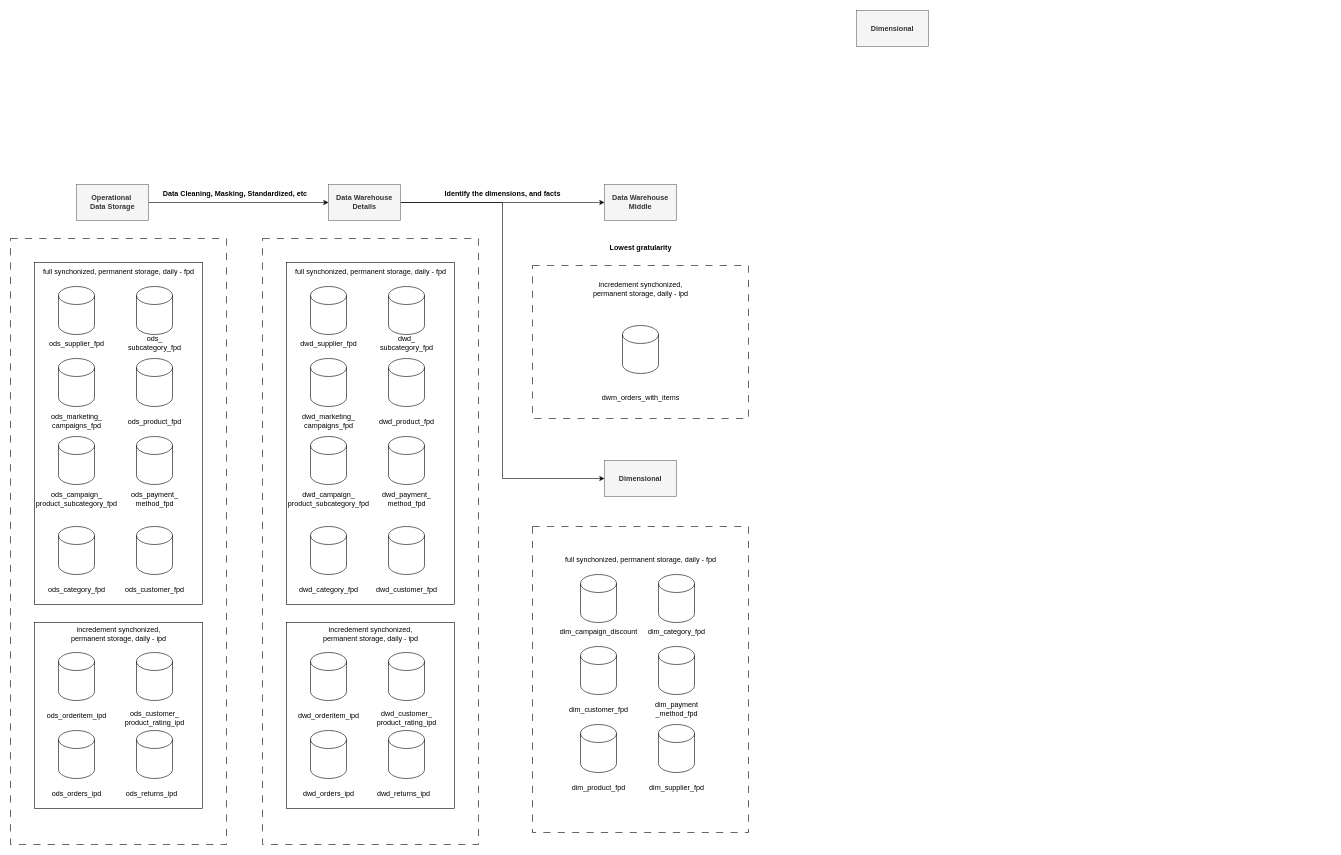
Earlier version of the draw.io diagram ECom-DWH-Pipeline.drawio (Smars-Bin-Hu/my-draw-io). Source tidied: cells renumbered, new cells numbered last; positions are measured from the earlier drawing's top-left corner, leaving out a move shared by most shapes. Both pictures are drawn from the tidied source at 60%, with x=0, y=0 at pixel (10, 10).
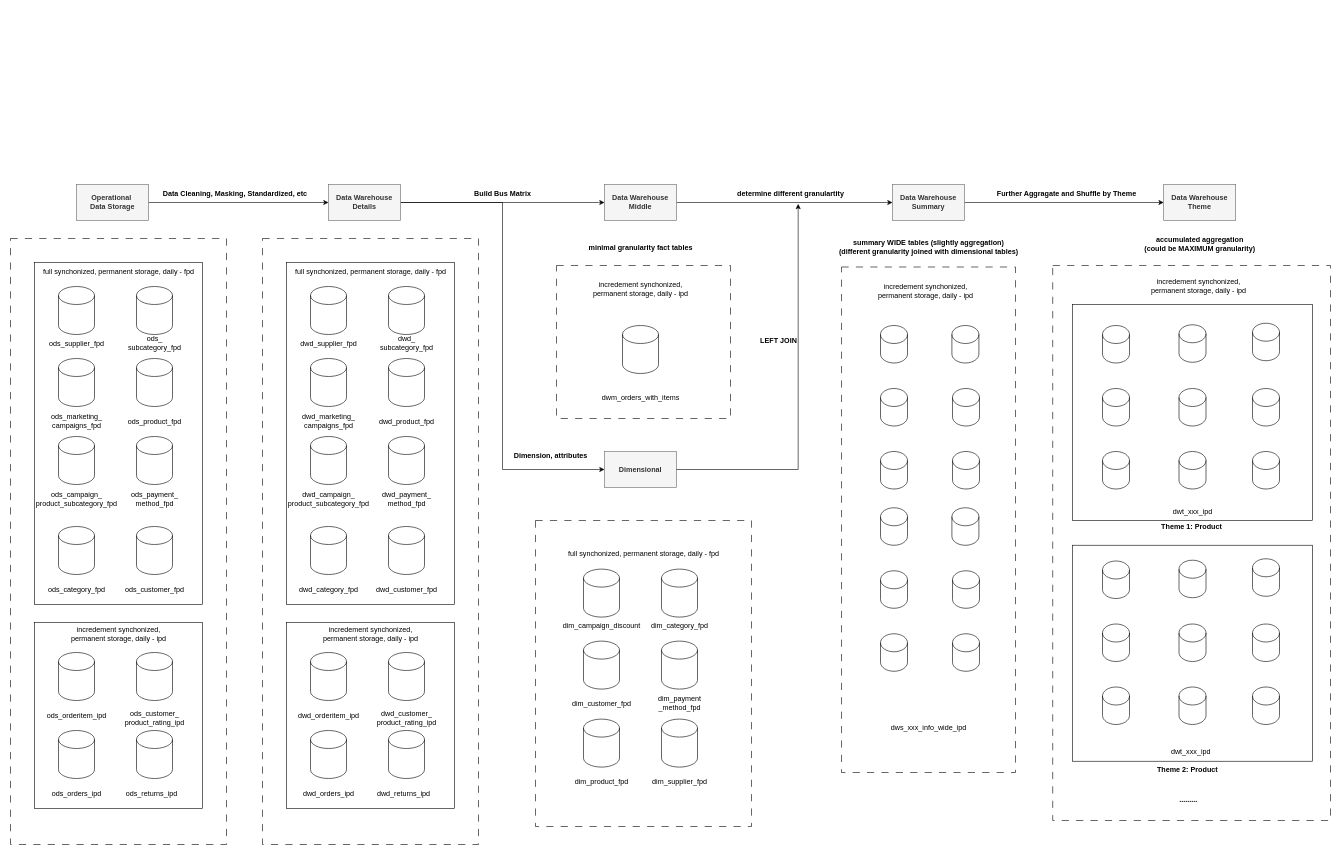
After the change.

The change refers to these unchanged cells:
```xml
<mxCell id="85" value="&lt;b&gt;Data Warehouse&lt;/b&gt;&lt;div&gt;&lt;b&gt;Middle&lt;/b&gt;&lt;/div&gt;" style="rounded=0;whiteSpace=wrap;html=1;fillColor=#f5f5f5;fontColor=#333333;strokeColor=#666666;" parent="1" vertex="1">
  <mxGeometry x="990" y="290" width="120" height="60" as="geometry" />
</mxCell>
```

The edit, as a diff of the source:
```diff
@@
+    <mxCell id="89" style="rounded=0;whiteSpace=wrap;html=1;fillColor=none;" parent="1" vertex="1">
+      <mxGeometry x="1770" y="891.2" width="400" height="360" as="geometry" />
+    </mxCell>
+    <mxCell id="90" style="rounded=0;whiteSpace=wrap;html=1;dashed=1;dashPattern=12 12;fillColor=none;" parent="1" vertex="1">
+      <mxGeometry x="1737" y="425" width="463" height="925" as="geometry" />
+    </mxCell>
+    <mxCell id="91" style="rounded=0;whiteSpace=wrap;html=1;fillColor=none;" parent="1" vertex="1">
+      <mxGeometry x="1770" y="490" width="400" height="360" as="geometry" />
+    </mxCell>
+    <mxCell id="92" style="rounded=0;whiteSpace=wrap;html=1;dashed=1;dashPattern=12 12;fillColor=none;" parent="1" vertex="1">
+      <mxGeometry x="1385" y="427.5" width="290" height="842.5" as="geometry" />
+    </mxCell>
     <mxCell id="2" style="rounded=0;whiteSpace=wrap;html=1;dashed=1;dashPattern=12 12;fillColor=none;" parent="1" vertex="1">
-      <mxGeometry x="870" y="425" width="360" height="255" as="geometry" />
+      <mxGeometry x="910" y="425" width="290" height="255" as="geometry" />
     </mxCell>
     <mxCell id="3" style="rounded=0;whiteSpace=wrap;html=1;dashed=1;dashPattern=12 12;fillColor=none;" parent="1" vertex="1">
-      <mxGeometry x="870" y="860" width="360" height="510" as="geometry" />
+      <mxGeometry x="875" y="850" width="360" height="510" as="geometry" />
     </mxCell>
@@
     <mxCell id="68" style="shape=cylinder3;whiteSpace=wrap;html=1;boundedLbl=1;backgroundOutline=1;size=15;" parent="1" vertex="1">
-      <mxGeometry x="950" y="1190" width="60" height="80" as="geometry" />
+      <mxGeometry x="955" y="1181" width="60" height="80" as="geometry" />
     </mxCell>
     <mxCell id="69" value="dim_product_fpd" style="text;html=1;align=center;verticalAlign=middle;strokeColor=none;fillColor=none;" parent="1" vertex="1">
-      <mxGeometry x="925" y="1280" width="110" height="30" as="geometry" />
+      <mxGeometry x="930" y="1270" width="110" height="30" as="geometry" />
     </mxCell>
     <mxCell id="70" style="shape=cylinder3;whiteSpace=wrap;html=1;boundedLbl=1;backgroundOutline=1;size=15;" parent="1" vertex="1">
-      <mxGeometry x="1080" y="1190" width="60" height="80" as="geometry" />
+      <mxGeometry x="1085" y="1181" width="60" height="80" as="geometry" />
     </mxCell>
@@
     <mxCell id="72" style="shape=cylinder3;whiteSpace=wrap;html=1;boundedLbl=1;backgroundOutline=1;size=15;" parent="1" vertex="1">
-      <mxGeometry x="950" y="1060" width="60" height="80" as="geometry" />
+      <mxGeometry x="955" y="1051" width="60" height="80" as="geometry" />
     </mxCell>
     <mxCell id="73" value="dim_customer_fpd" style="text;html=1;align=center;verticalAlign=middle;strokeColor=none;fillColor=none;" parent="1" vertex="1">
-      <mxGeometry x="920" y="1150" width="120" height="30" as="geometry" />
+      <mxGeometry x="925" y="1140" width="120" height="30" as="geometry" />
     </mxCell>
     <mxCell id="74" style="shape=cylinder3;whiteSpace=wrap;html=1;boundedLbl=1;backgroundOutline=1;size=15;" parent="1" vertex="1">
-      <mxGeometry x="1080" y="1060" width="60" height="80" as="geometry" />
+      <mxGeometry x="1085" y="1051" width="60" height="80" as="geometry" />
     </mxCell>
@@
     <mxCell id="76" value="dim_supplier_fpd" style="text;html=1;align=center;verticalAlign=middle;strokeColor=none;fillColor=none;" parent="1" vertex="1">
-      <mxGeometry x="1055" y="1280" width="110" height="30" as="geometry" />
+      <mxGeometry x="1060" y="1270" width="110" height="30" as="geometry" />
     </mxCell>
     <mxCell id="77" value="dim_payment&lt;br&gt;_method_fpd" style="text;html=1;align=center;verticalAlign=middle;strokeColor=none;fillColor=none;" parent="1" vertex="1">
-      <mxGeometry x="1060" y="1145" width="100" height="40" as="geometry" />
+      <mxGeometry x="1065" y="1135" width="100" height="40" as="geometry" />
     </mxCell>
     <mxCell id="78" value="dim_category_fpd" style="text;html=1;align=center;verticalAlign=middle;strokeColor=none;fillColor=none;" parent="1" vertex="1">
-      <mxGeometry x="1050" y="1020" width="120" height="30" as="geometry" />
+      <mxGeometry x="1055" y="1010" width="120" height="30" as="geometry" />
     </mxCell>
     <mxCell id="79" style="shape=cylinder3;whiteSpace=wrap;html=1;boundedLbl=1;backgroundOutline=1;size=15;" parent="1" vertex="1">
-      <mxGeometry x="1080" y="940" width="60" height="80" as="geometry" />
+      <mxGeometry x="1085" y="931" width="60" height="80" as="geometry" />
     </mxCell>
     <mxCell id="80" style="shape=cylinder3;whiteSpace=wrap;html=1;boundedLbl=1;backgroundOutline=1;size=15;" parent="1" vertex="1">
-      <mxGeometry x="950" y="940" width="60" height="80" as="geometry" />
+      <mxGeometry x="955" y="931" width="60" height="80" as="geometry" />
     </mxCell>
     <mxCell id="81" value="dim_campaign_discount" style="text;html=1;align=center;verticalAlign=middle;strokeColor=none;fillColor=none;" parent="1" vertex="1">
-      <mxGeometry x="905" y="1020" width="150" height="30" as="geometry" />
+      <mxGeometry x="910" y="1010" width="150" height="30" as="geometry" />
     </mxCell>
     <mxCell id="82" value="full synchonized, permanent storage, daily - fpd" style="text;html=1;align=center;verticalAlign=middle;strokeColor=none;fillColor=none;" parent="1" vertex="1">
-      <mxGeometry x="915" y="900" width="270" height="30" as="geometry" />
+      <mxGeometry x="920" y="890" width="270" height="30" as="geometry" />
     </mxCell>
@@
     <mxCell id="84" value="&lt;b&gt;Dimensional&lt;/b&gt;" style="rounded=0;whiteSpace=wrap;html=1;fillColor=#f5f5f5;fontColor=#333333;strokeColor=#666666;" parent="1" vertex="1">
-      <mxGeometry x="990" y="750" width="120" height="60" as="geometry" />
+      <mxGeometry x="990" y="735" width="120" height="60" as="geometry" />
     </mxCell>
+    <mxCell id="93" style="edgeStyle=orthogonalEdgeStyle;rounded=0;jettySize=auto;html=1;entryX=0;entryY=0.5;entryDx=0;entryDy=0;" parent="1" edge="1" source="85" target="86">
+      <mxGeometry relative="1" as="geometry" />
+    </mxCell>
@@
+    <mxCell id="94" style="edgeStyle=orthogonalEdgeStyle;rounded=0;jettySize=auto;html=1;entryX=0;entryY=0.5;entryDx=0;entryDy=0;" parent="1" edge="1" source="86" target="108">
+      <mxGeometry relative="1" as="geometry" />
+    </mxCell>
-    <mxCell id="86" value="&lt;b&gt;Dimensional&lt;/b&gt;" style="rounded=0;whiteSpace=wrap;html=1;fillColor=#f5f5f5;fontColor=#333333;strokeColor=#666666;" parent="1" vertex="1">
-      <mxGeometry x="1410" width="120" height="60" as="geometry" />
+    <mxCell id="86" value="&lt;b&gt;Data Warehouse&lt;/b&gt;&lt;div&gt;&lt;b&gt;Summary&lt;/b&gt;&lt;/div&gt;" style="rounded=0;whiteSpace=wrap;html=1;fillColor=#f5f5f5;fontColor=#333333;strokeColor=#666666;" parent="1" vertex="1">
+      <mxGeometry x="1470" y="290" width="120" height="60" as="geometry" />
     </mxCell>
-    <mxCell id="87" value="&lt;b&gt;Identify the dimensions, and facts&lt;/b&gt;" style="text;html=1;align=center;verticalAlign=middle;strokeColor=none;fillColor=none;" parent="1" vertex="1">
-      <mxGeometry x="710" y="290" width="220" height="30" as="geometry" />
+    <mxCell id="87" value="&lt;b&gt;Build Bus Matrix&lt;/b&gt;" style="text;html=1;align=center;verticalAlign=middle;strokeColor=none;fillColor=none;" parent="1" vertex="1">
+      <mxGeometry x="760" y="290" width="120" height="30" as="geometry" />
     </mxCell>
-    <mxCell id="88" value="&lt;b&gt;Lowest gratularity&lt;/b&gt;" style="text;html=1;align=center;verticalAlign=middle;strokeColor=none;fillColor=none;" parent="1" vertex="1">
-      <mxGeometry x="985" y="380" width="130" height="30" as="geometry" />
+    <mxCell id="88" value="&lt;b&gt;minimal granularity fact tables&lt;/b&gt;" style="text;html=1;align=center;verticalAlign=middle;strokeColor=none;fillColor=none;" parent="1" vertex="1">
+      <mxGeometry x="950" y="380" width="200" height="30" as="geometry" />
     </mxCell>
+    <mxCell id="95" value="&lt;b&gt;Dimension, attributes&lt;/b&gt;" style="text;html=1;align=center;verticalAlign=middle;strokeColor=none;fillColor=none;" parent="1" vertex="1">
+      <mxGeometry x="825" y="728" width="150" height="30" as="geometry" />
+    </mxCell>
+    <mxCell id="96" value="&lt;b&gt;determine different granulartity&lt;/b&gt;" style="text;html=1;align=center;verticalAlign=middle;points=[];strokeColor=none;fillColor=none;" parent="1" vertex="1">
+      <mxGeometry x="1200" y="290" width="200" height="30" as="geometry" />
+    </mxCell>
+    <mxCell id="97" value="&lt;b&gt;summary WIDE tables (slightly aggregation)&lt;br&gt;(different granularity joined with dimensional tables)&lt;/b&gt;" style="text;html=1;align=center;verticalAlign=middle;strokeColor=none;fillColor=none;" parent="1" vertex="1">
+      <mxGeometry x="1370" y="375" width="320" height="40" as="geometry" />
+    </mxCell>
+    <mxCell id="98" value="dws_xxx_info_wide_ipd" style="text;html=1;align=center;verticalAlign=middle;strokeColor=none;fillColor=none;" parent="1" vertex="1">
+      <mxGeometry x="1455" y="1181" width="150" height="30" as="geometry" />
+    </mxCell>
+    <mxCell id="99" style="shape=cylinder3;whiteSpace=wrap;html=1;boundedLbl=1;backgroundOutline=1;size=15;" parent="1" vertex="1">
+      <mxGeometry x="1450" y="525" width="45" height="62.5" as="geometry" />
+    </mxCell>
+    <mxCell id="100" value="incredement synchonized, &lt;br&gt;permanent storage, daily - ipd" style="text;html=1;align=center;verticalAlign=middle;strokeColor=none;fillColor=none;" parent="1" vertex="1">
+      <mxGeometry x="1435" y="447.5" width="180" height="40" as="geometry" />
+    </mxCell>
+    <mxCell id="101" style="edgeStyle=orthogonalEdgeStyle;rounded=0;jettySize=auto;html=1;entryX=0.564;entryY=1.079;entryDx=0;entryDy=0;entryPerimeter=0;" parent="1" edge="1" source="84" target="96">
+      <mxGeometry relative="1" as="geometry" />
+    </mxCell>
+    <mxCell id="102" value="&lt;b&gt;LEFT JOIN&lt;/b&gt;" style="text;html=1;align=center;verticalAlign=middle;strokeColor=none;fillColor=none;" parent="1" vertex="1">
+      <mxGeometry x="1240" y="535" width="80" height="30" as="geometry" />
+    </mxCell>
+    <mxCell id="103" style="shape=cylinder3;whiteSpace=wrap;html=1;boundedLbl=1;backgroundOutline=1;size=15;" parent="1" vertex="1">
+      <mxGeometry x="1450" y="630" width="45" height="62.5" as="geometry" />
+    </mxCell>
+    <mxCell id="104" style="shape=cylinder3;whiteSpace=wrap;html=1;boundedLbl=1;backgroundOutline=1;size=15;" parent="1" vertex="1">
+      <mxGeometry x="1569" y="525" width="45" height="62.5" as="geometry" />
+    </mxCell>
+    <mxCell id="105" style="shape=cylinder3;whiteSpace=wrap;html=1;boundedLbl=1;backgroundOutline=1;size=15;" parent="1" vertex="1">
+      <mxGeometry x="1450" y="735" width="45" height="62.5" as="geometry" />
+    </mxCell>
+    <mxCell id="106" style="shape=cylinder3;whiteSpace=wrap;html=1;boundedLbl=1;backgroundOutline=1;size=15;" parent="1" vertex="1">
+      <mxGeometry x="1570" y="630" width="45" height="62.5" as="geometry" />
+    </mxCell>
+    <mxCell id="107" style="shape=cylinder3;whiteSpace=wrap;html=1;boundedLbl=1;backgroundOutline=1;size=15;" parent="1" vertex="1">
+      <mxGeometry x="1570" y="735" width="45" height="62.5" as="geometry" />
+    </mxCell>
+    <mxCell id="108" value="&lt;b&gt;Data Warehouse&lt;/b&gt;&lt;div&gt;&lt;b&gt;Theme&lt;/b&gt;&lt;/div&gt;" style="rounded=0;whiteSpace=wrap;html=1;fillColor=#f5f5f5;fontColor=#333333;strokeColor=#666666;" parent="1" vertex="1">
+      <mxGeometry x="1922" y="290" width="120" height="60" as="geometry" />
+    </mxCell>
+    <mxCell id="109" value="dwt_xxx_ipd" style="text;html=1;align=center;verticalAlign=middle;strokeColor=none;fillColor=none;" parent="1" vertex="1">
+      <mxGeometry x="1925" y="820" width="90" height="30" as="geometry" />
+    </mxCell>
+    <mxCell id="110" style="shape=cylinder3;whiteSpace=wrap;html=1;boundedLbl=1;backgroundOutline=1;size=15;" parent="1" vertex="1">
+      <mxGeometry x="1820" y="525" width="45" height="62.5" as="geometry" />
+    </mxCell>
+    <mxCell id="111" value="incredement synchonized, &lt;br&gt;permanent storage, daily - ipd" style="text;html=1;align=center;verticalAlign=middle;strokeColor=none;fillColor=none;" parent="1" vertex="1">
+      <mxGeometry x="1890" y="440" width="180" height="40" as="geometry" />
+    </mxCell>
+    <mxCell id="112" style="shape=cylinder3;whiteSpace=wrap;html=1;boundedLbl=1;backgroundOutline=1;size=15;" parent="1" vertex="1">
+      <mxGeometry x="1820" y="630" width="45" height="62.5" as="geometry" />
+    </mxCell>
+    <mxCell id="113" style="shape=cylinder3;whiteSpace=wrap;html=1;boundedLbl=1;backgroundOutline=1;size=15;" parent="1" vertex="1">
+      <mxGeometry x="2070" y="521.2" width="45" height="62.5" as="geometry" />
+    </mxCell>
+    <mxCell id="114" style="shape=cylinder3;whiteSpace=wrap;html=1;boundedLbl=1;backgroundOutline=1;size=15;" parent="1" vertex="1">
+      <mxGeometry x="1820" y="735" width="45" height="62.5" as="geometry" />
+    </mxCell>
+    <mxCell id="115" style="shape=cylinder3;whiteSpace=wrap;html=1;boundedLbl=1;backgroundOutline=1;size=15;" parent="1" vertex="1">
+      <mxGeometry x="2070" y="630" width="45" height="62.5" as="geometry" />
+    </mxCell>
+    <mxCell id="116" style="shape=cylinder3;whiteSpace=wrap;html=1;boundedLbl=1;backgroundOutline=1;size=15;" parent="1" vertex="1">
+      <mxGeometry x="2070" y="735" width="45" height="62.5" as="geometry" />
+    </mxCell>
+    <mxCell id="117" value="&lt;b&gt;accumulated aggregation&lt;br&gt;(could be MAXIMUM granularity)&lt;/b&gt;" style="text;html=1;align=center;verticalAlign=middle;strokeColor=none;fillColor=none;" parent="1" vertex="1">
+      <mxGeometry x="1877" y="370" width="210" height="40" as="geometry" />
+    </mxCell>
+    <mxCell id="118" style="shape=cylinder3;whiteSpace=wrap;html=1;boundedLbl=1;backgroundOutline=1;size=15;" parent="1" vertex="1">
+      <mxGeometry x="1450" y="828.8" width="45" height="62.5" as="geometry" />
+    </mxCell>
+    <mxCell id="119" style="shape=cylinder3;whiteSpace=wrap;html=1;boundedLbl=1;backgroundOutline=1;size=15;" parent="1" vertex="1">
+      <mxGeometry x="1450" y="933.8" width="45" height="62.5" as="geometry" />
+    </mxCell>
+    <mxCell id="120" style="shape=cylinder3;whiteSpace=wrap;html=1;boundedLbl=1;backgroundOutline=1;size=15;" parent="1" vertex="1">
+      <mxGeometry x="1569" y="828.8" width="45" height="62.5" as="geometry" />
+    </mxCell>
+    <mxCell id="121" style="shape=cylinder3;whiteSpace=wrap;html=1;boundedLbl=1;backgroundOutline=1;size=15;" parent="1" vertex="1">
+      <mxGeometry x="1450" y="1038.8" width="45" height="62.5" as="geometry" />
+    </mxCell>
+    <mxCell id="122" style="shape=cylinder3;whiteSpace=wrap;html=1;boundedLbl=1;backgroundOutline=1;size=15;" parent="1" vertex="1">
+      <mxGeometry x="1570" y="933.8" width="45" height="62.5" as="geometry" />
+    </mxCell>
+    <mxCell id="123" style="shape=cylinder3;whiteSpace=wrap;html=1;boundedLbl=1;backgroundOutline=1;size=15;" parent="1" vertex="1">
+      <mxGeometry x="1570" y="1038.8" width="45" height="62.5" as="geometry" />
+    </mxCell>
+    <mxCell id="124" style="edgeStyle=orthogonalEdgeStyle;rounded=0;orthogonalLoop=1;jettySize=auto;html=1;exitX=0.5;exitY=1;exitDx=0;exitDy=0;" parent="1" edge="1" source="92" target="92">
+      <mxGeometry relative="1" as="geometry" />
+    </mxCell>
+    <mxCell id="125" style="shape=cylinder3;whiteSpace=wrap;html=1;boundedLbl=1;backgroundOutline=1;size=15;" parent="1" vertex="1">
+      <mxGeometry x="1947.5" y="523.8" width="45" height="62.5" as="geometry" />
+    </mxCell>
+    <mxCell id="126" style="shape=cylinder3;whiteSpace=wrap;html=1;boundedLbl=1;backgroundOutline=1;size=15;" parent="1" vertex="1">
+      <mxGeometry x="1947.5" y="630" width="45" height="62.5" as="geometry" />
+    </mxCell>
+    <mxCell id="127" style="shape=cylinder3;whiteSpace=wrap;html=1;boundedLbl=1;backgroundOutline=1;size=15;" parent="1" vertex="1">
+      <mxGeometry x="1947.5" y="735" width="45" height="62.5" as="geometry" />
+    </mxCell>
+    <mxCell id="128" style="shape=cylinder3;whiteSpace=wrap;html=1;boundedLbl=1;backgroundOutline=1;size=15;" parent="1" vertex="1">
+      <mxGeometry x="1820" y="917.5" width="45" height="62.5" as="geometry" />
+    </mxCell>
+    <mxCell id="129" style="shape=cylinder3;whiteSpace=wrap;html=1;boundedLbl=1;backgroundOutline=1;size=15;" parent="1" vertex="1">
+      <mxGeometry x="1820" y="1022.5" width="45" height="62.5" as="geometry" />
+    </mxCell>
+    <mxCell id="130" style="shape=cylinder3;whiteSpace=wrap;html=1;boundedLbl=1;backgroundOutline=1;size=15;" parent="1" vertex="1">
+      <mxGeometry x="2070" y="913.8" width="45" height="62.5" as="geometry" />
+    </mxCell>
+    <mxCell id="131" style="shape=cylinder3;whiteSpace=wrap;html=1;boundedLbl=1;backgroundOutline=1;size=15;" parent="1" vertex="1">
+      <mxGeometry x="1820" y="1127.5" width="45" height="62.5" as="geometry" />
+    </mxCell>
+    <mxCell id="132" style="shape=cylinder3;whiteSpace=wrap;html=1;boundedLbl=1;backgroundOutline=1;size=15;" parent="1" vertex="1">
+      <mxGeometry x="2070" y="1022.5" width="45" height="62.5" as="geometry" />
+    </mxCell>
+    <mxCell id="133" style="shape=cylinder3;whiteSpace=wrap;html=1;boundedLbl=1;backgroundOutline=1;size=15;" parent="1" vertex="1">
+      <mxGeometry x="2070" y="1127.5" width="45" height="62.5" as="geometry" />
+    </mxCell>
+    <mxCell id="134" style="shape=cylinder3;whiteSpace=wrap;html=1;boundedLbl=1;backgroundOutline=1;size=15;" parent="1" vertex="1">
+      <mxGeometry x="1947.5" y="916.2" width="45" height="62.5" as="geometry" />
+    </mxCell>
+    <mxCell id="135" style="shape=cylinder3;whiteSpace=wrap;html=1;boundedLbl=1;backgroundOutline=1;size=15;" parent="1" vertex="1">
+      <mxGeometry x="1947.5" y="1022.5" width="45" height="62.5" as="geometry" />
+    </mxCell>
+    <mxCell id="136" style="shape=cylinder3;whiteSpace=wrap;html=1;boundedLbl=1;backgroundOutline=1;size=15;" parent="1" vertex="1">
+      <mxGeometry x="1947.5" y="1127.5" width="45" height="62.5" as="geometry" />
+    </mxCell>
+    <mxCell id="137" value="dwt_xxx_ipd" style="text;html=1;align=center;verticalAlign=middle;strokeColor=none;fillColor=none;" parent="1" vertex="1">
+      <mxGeometry x="1922" y="1221.2" width="90" height="30" as="geometry" />
+    </mxCell>
+    <mxCell id="138" value="&lt;b&gt;Theme 1: Product&amp;nbsp;&lt;/b&gt;" style="text;html=1;align=center;verticalAlign=middle;strokeColor=none;fillColor=none;" parent="1" vertex="1">
+      <mxGeometry x="1905" y="845" width="130" height="30" as="geometry" />
+    </mxCell>
+    <mxCell id="139" value="&lt;b&gt;Theme 2: Product&amp;nbsp;&lt;/b&gt;" style="text;html=1;align=center;verticalAlign=middle;strokeColor=none;fillColor=none;" parent="1" vertex="1">
+      <mxGeometry x="1898" y="1250" width="130" height="30" as="geometry" />
+    </mxCell>
+    <mxCell id="140" value="&lt;b&gt;.........&lt;/b&gt;" style="text;html=1;align=center;verticalAlign=middle;strokeColor=none;fillColor=none;" parent="1" vertex="1">
+      <mxGeometry x="1938" y="1300" width="50" height="30" as="geometry" />
+    </mxCell>
+    <mxCell id="141" value="&lt;b&gt;Further Aggragate and Shuffle by Theme&lt;/b&gt;" style="text;html=1;align=center;verticalAlign=middle;strokeColor=none;fillColor=none;" parent="1" vertex="1">
+      <mxGeometry x="1630" y="290" width="260" height="30" as="geometry" />
+    </mxCell>
```
